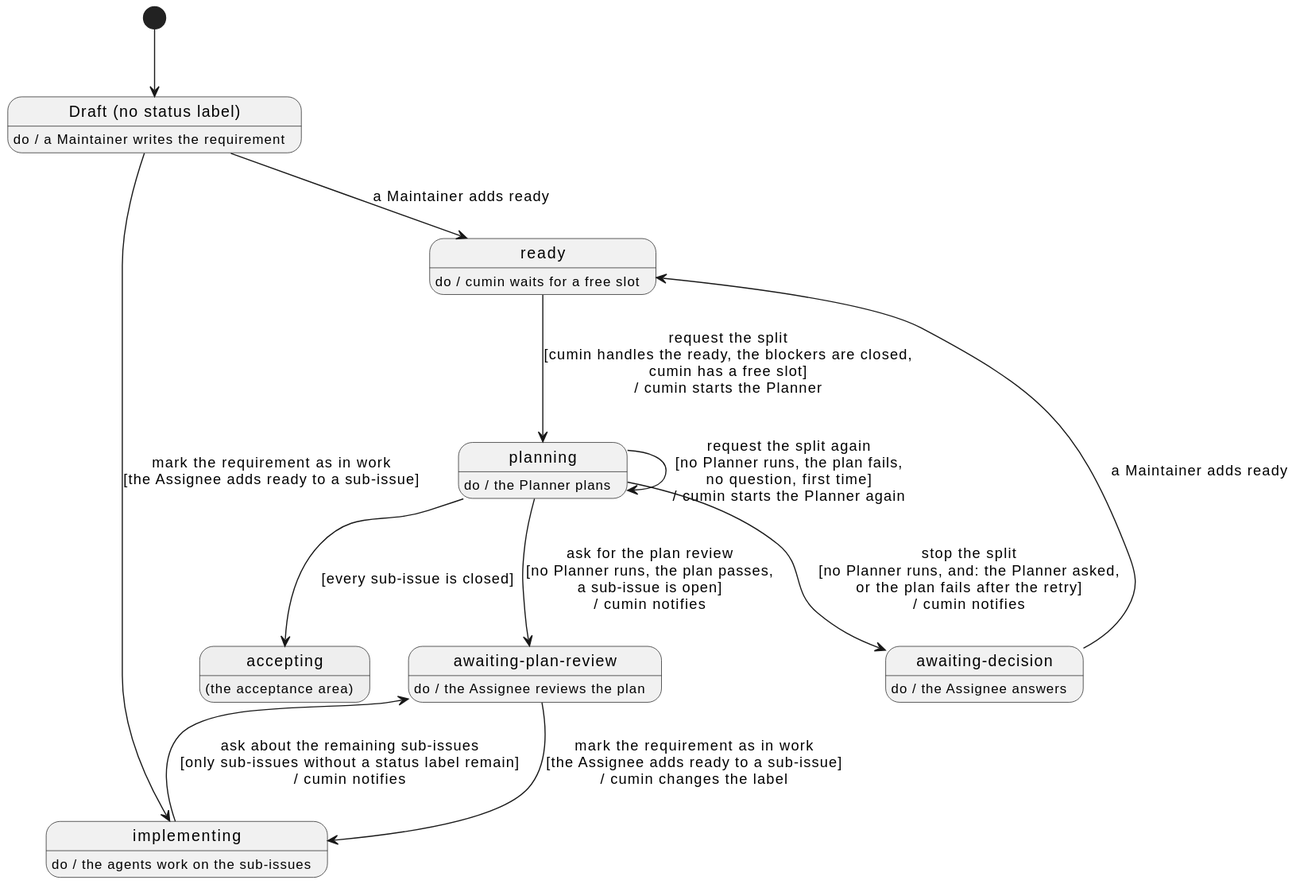
cloveclovedev/cumin-works keeps this PlantUML diagram as docs/ja/requirements/plan/overview.svg. Above is the earlier version. The source it was exported from:
```plantuml
@startuml

hide empty description

state "Draft (no status label)" as Draft
Draft : do / a Maintainer writes the requirement

state "ready" as Ready
Ready : do / cumin waits for a free slot

state "planning" as Planning
Planning : do / the Planner plans

state "awaiting-plan-review" as PlanReview
PlanReview : do / the Assignee reviews the plan

state "implementing" as Implementing
Implementing : do / the agents work on the sub-issues

state "awaiting-decision" as Decision
Decision : do / the Assignee answers

state "accepting" as Accepting #EEEEEE
Accepting : (the acceptance area)

[*] --> Draft
Draft --> Ready : a Maintainer adds ready
Ready --> Planning : request the split\n[cumin handles the ready, the blockers are closed,\ncumin has a free slot]\n/ cumin starts the Planner
Planning --> PlanReview : ask for the plan review\n[no Planner runs, the plan passes,\na sub-issue is open]\n/ cumin notifies
Planning --> Planning : request the split again\n[no Planner runs, the plan fails,\nno question, first time]\n/ cumin starts the Planner again
Planning --> Decision : stop the split\n[no Planner runs, and: the Planner asked,\nor the plan fails after the retry]\n/ cumin notifies
Planning --> Accepting : [every sub-issue is closed]
PlanReview --> Implementing : mark the requirement as in work\n[the Assignee adds ready to a sub-issue]\n/ cumin changes the label
Draft --> Implementing : mark the requirement as in work\n[the Assignee adds ready to a sub-issue]
Implementing --> PlanReview : ask about the remaining sub-issues\n[only sub-issues without a status label remain]\n/ cumin notifies
Decision --> Ready : a Maintainer adds ready
@enduml
```
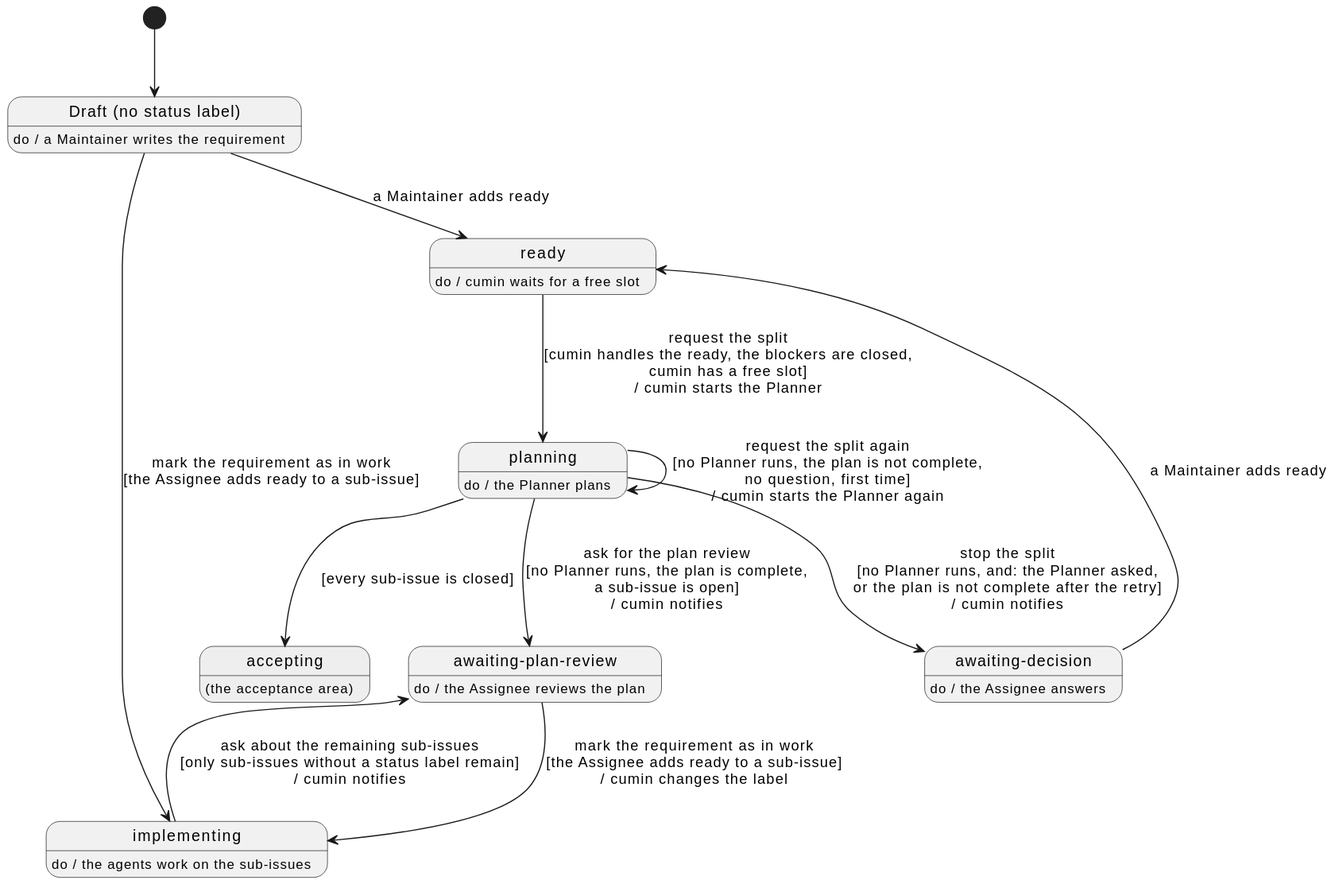
The same diagram one commit later.

Commit message:
docs(requirements): revise the PLAN area and drop the English action names

Change to the diagram source:
```diff
@@ -26,9 +26,9 @@
 [*] --> Draft
 Draft --> Ready : a Maintainer adds ready
 Ready --> Planning : request the split\n[cumin handles the ready, the blockers are closed,\ncumin has a free slot]\n/ cumin starts the Planner
-Planning --> PlanReview : ask for the plan review\n[no Planner runs, the plan passes,\na sub-issue is open]\n/ cumin notifies
-Planning --> Planning : request the split again\n[no Planner runs, the plan fails,\nno question, first time]\n/ cumin starts the Planner again
-Planning --> Decision : stop the split\n[no Planner runs, and: the Planner asked,\nor the plan fails after the retry]\n/ cumin notifies
+Planning --> PlanReview : ask for the plan review\n[no Planner runs, the plan is complete,\na sub-issue is open]\n/ cumin notifies
+Planning --> Planning : request the split again\n[no Planner runs, the plan is not complete,\nno question, first time]\n/ cumin starts the Planner again
+Planning --> Decision : stop the split\n[no Planner runs, and: the Planner asked,\nor the plan is not complete after the retry]\n/ cumin notifies
 Planning --> Accepting : [every sub-issue is closed]
 PlanReview --> Implementing : mark the requirement as in work\n[the Assignee adds ready to a sub-issue]\n/ cumin changes the label
 Draft --> Implementing : mark the requirement as in work\n[the Assignee adds ready to a sub-issue]
```
